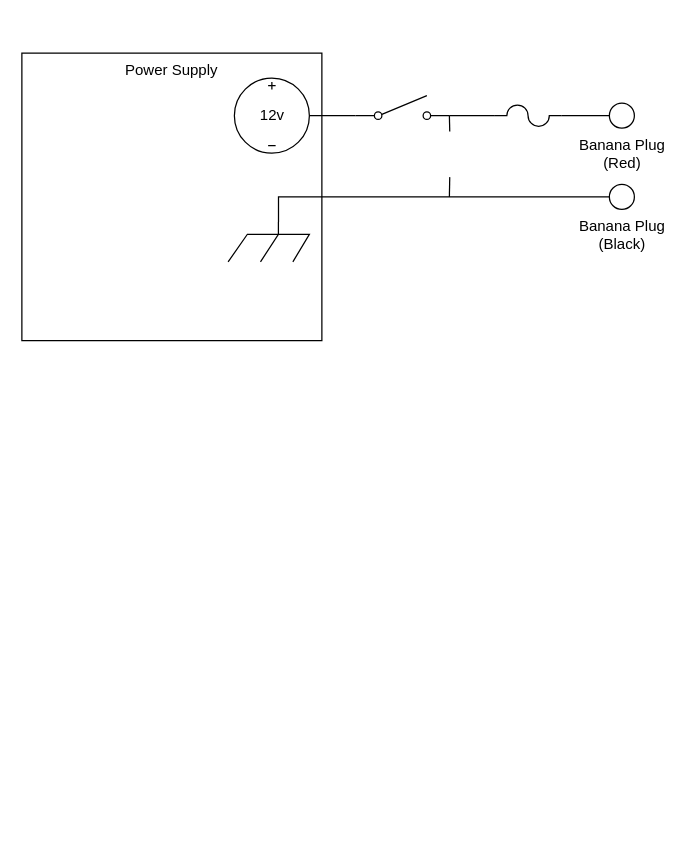
Before: Untitled Diagram.drawio in ChanEilFhios/circuits, a draw.io diagram. Source tidied: cells renumbered, new cells numbered last; positions are measured from the earlier drawing's top-left corner, leaving out a move shared by most shapes. Both pictures are drawn from the tidied source at 125%, with x=0, y=0 at pixel (21, 52).
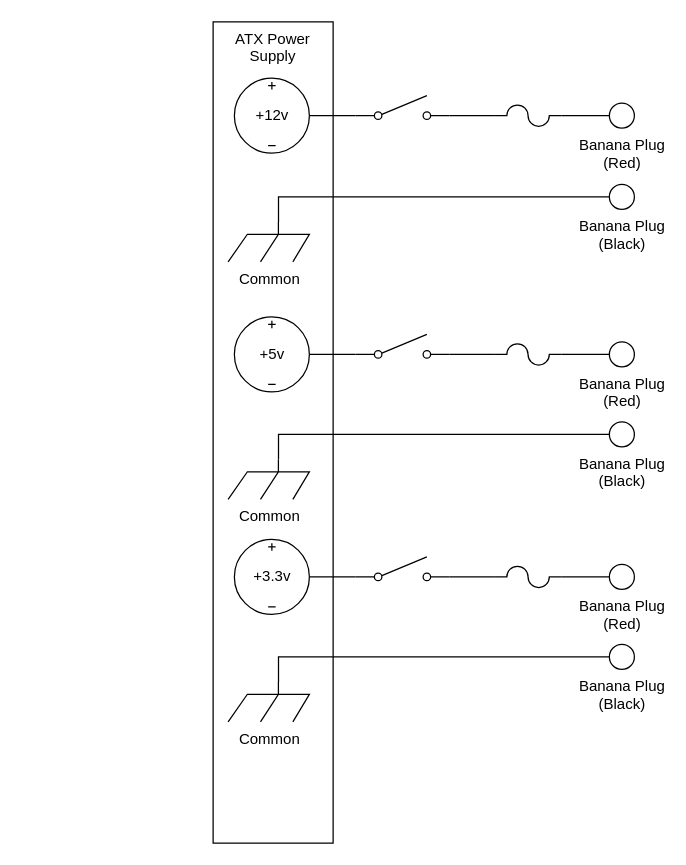
The same page after the edit.

The change refers to these unchanged cells:
```xml
<mxCell id="7" style="verticalLabelPosition=bottom;shadow=0;dashed=0;align=center;html=1;verticalAlign=top;shape=mxgraph.electrical.electro-mechanical.simple_switch;" parent="1" vertex="1">
  <mxGeometry x="267" y="34" width="75" height="19" as="geometry" />
</mxCell>
```

Diff of the diagram source:
```diff
@@
-    <mxCell id="2" value="Power Supply" style="rounded=0;whiteSpace=wrap;html=1;verticalAlign=top;" parent="1" vertex="1">
-      <mxGeometry width="240" height="230" as="geometry" />
+    <mxCell id="2" value="ATX Power Supply" style="rounded=0;whiteSpace=wrap;html=1;verticalAlign=top;" parent="1" vertex="1">
+      <mxGeometry x="153" y="-25" width="96" height="657" as="geometry" />
     </mxCell>
@@
-    <mxCell id="5" style="verticalLabelPosition=bottom;shadow=0;dashed=0;align=center;html=1;verticalAlign=top;shape=mxgraph.electrical.miscellaneous.chassis;" parent="1" vertex="1">
+    <mxCell id="5" value="Common" style="verticalLabelPosition=bottom;shadow=0;dashed=0;align=center;html=1;verticalAlign=top;shape=mxgraph.electrical.miscellaneous.chassis;" parent="1" vertex="1">
       <mxGeometry x="165" y="135" width="65" height="32" as="geometry" />
     </mxCell>
@@
-    <mxCell id="10" value="12v" style="verticalLabelPosition=middle;shadow=0;dashed=0;align=center;html=1;verticalAlign=middle;shape=mxgraph.electrical.signal_sources.source;points=[[0.5,0,0],[1,0.5,0],[0.5,1,0],[0,0.5,0]];elSignalType=dc3;labelPosition=center;" parent="1" vertex="1">
+    <mxCell id="10" value="+12v" style="verticalLabelPosition=middle;shadow=0;dashed=0;align=center;html=1;verticalAlign=middle;shape=mxgraph.electrical.signal_sources.source;points=[[0.5,0,0],[1,0.5,0],[0.5,1,0],[0,0.5,0]];elSignalType=dc3;labelPosition=center;" parent="1" vertex="1">
       <mxGeometry x="170" y="20" width="60" height="60" as="geometry" />
     </mxCell>
@@
-    <mxCell id="13" style="edgeStyle=orthogonalEdgeStyle;rounded=0;jettySize=auto;html=1;exitX=1;exitY=0.5;exitDx=0;exitDy=0;exitPerimeter=0;entryX=1;entryY=0.84;entryDx=0;entryDy=0;entryPerimeter=0;endArrow=none;endFill=0;" parent="1" edge="1" target="7">
-      <mxGeometry relative="1" as="geometry">
-        <mxPoint x="342.3" y="62.7" as="sourcePoint" />
-      </mxGeometry>
-    </mxCell>
-    <mxCell id="14" style="edgeStyle=orthogonalEdgeStyle;rounded=0;orthogonalLoop=1;jettySize=auto;html=1;exitX=0;exitY=0.5;exitDx=0;exitDy=0;exitPerimeter=0;endArrow=none;endFill=0;" parent="1" edge="1">
-      <mxGeometry relative="1" as="geometry">
-        <mxPoint x="342.3" y="99.2" as="sourcePoint" />
-        <mxPoint x="342" y="115" as="targetPoint" />
-      </mxGeometry>
-    </mxCell>
+    <mxCell id="15" style="edgeStyle=orthogonalEdgeStyle;rounded=0;jettySize=auto;html=1;entryX=0;entryY=0.84;entryDx=0;entryDy=0;entryPerimeter=0;endArrow=none;endFill=0;" parent="1" edge="1" source="19" target="17">
+      <mxGeometry relative="1" as="geometry" />
+    </mxCell>
+    <mxCell id="16" style="edgeStyle=orthogonalEdgeStyle;rounded=0;jettySize=auto;html=1;exitX=1;exitY=0.84;exitDx=0;exitDy=0;exitPerimeter=0;entryX=0;entryY=0.5;entryDx=0;entryDy=0;entryPerimeter=0;endArrow=none;endFill=0;" parent="1" edge="1" source="17" target="21">
+      <mxGeometry relative="1" as="geometry" />
+    </mxCell>
+    <mxCell id="17" style="verticalLabelPosition=bottom;shadow=0;dashed=0;align=center;html=1;verticalAlign=top;shape=mxgraph.electrical.electro-mechanical.simple_switch;" parent="1" vertex="1">
+      <mxGeometry x="267" y="225" width="75" height="19" as="geometry" />
+    </mxCell>
+    <mxCell id="18" value="Banana Plug&lt;br&gt;(Red)" style="verticalLabelPosition=bottom;shadow=0;dashed=0;align=center;html=1;verticalAlign=top;strokeWidth=1;shape=ellipse;perimeter=ellipsePerimeter;" parent="1" vertex="1">
+      <mxGeometry x="470" y="231" width="20" height="20" as="geometry" />
+    </mxCell>
+    <mxCell id="19" value="+5v" style="verticalLabelPosition=middle;shadow=0;dashed=0;align=center;html=1;verticalAlign=middle;shape=mxgraph.electrical.signal_sources.source;points=[[0.5,0,0],[1,0.5,0],[0.5,1,0],[0,0.5,0]];elSignalType=dc3;labelPosition=center;" parent="1" vertex="1">
+      <mxGeometry x="170" y="211" width="60" height="60" as="geometry" />
+    </mxCell>
+    <mxCell id="20" style="edgeStyle=orthogonalEdgeStyle;rounded=0;jettySize=auto;html=1;exitX=1;exitY=0.5;exitDx=0;exitDy=0;exitPerimeter=0;entryX=0;entryY=0.5;entryDx=0;entryDy=0;endArrow=none;endFill=0;" parent="1" edge="1" source="21" target="18">
+      <mxGeometry relative="1" as="geometry" />
+    </mxCell>
+    <mxCell id="21" style="verticalLabelPosition=bottom;shadow=0;dashed=0;align=center;html=1;verticalAlign=top;shape=mxgraph.electrical.miscellaneous.fuse_4;" parent="1" vertex="1">
+      <mxGeometry x="378.4" y="232.5" width="53.1" height="17" as="geometry" />
+    </mxCell>
+    <mxCell id="22" style="edgeStyle=orthogonalEdgeStyle;rounded=0;jettySize=auto;html=1;entryX=0;entryY=0.5;entryDx=0;entryDy=0;endArrow=none;endFill=0;exitX=0.62;exitY=0;exitDx=0;exitDy=0;exitPerimeter=0;" parent="1" edge="1" source="23" target="24">
+      <mxGeometry relative="1" as="geometry" />
+    </mxCell>
+    <mxCell id="23" value="Common" style="verticalLabelPosition=bottom;shadow=0;dashed=0;align=center;html=1;verticalAlign=top;shape=mxgraph.electrical.miscellaneous.chassis;" parent="1" vertex="1">
+      <mxGeometry x="165" y="325" width="65" height="32" as="geometry" />
+    </mxCell>
+    <mxCell id="24" value="Banana Plug&lt;br&gt;(Black)" style="verticalLabelPosition=bottom;shadow=0;dashed=0;align=center;html=1;verticalAlign=top;strokeWidth=1;shape=ellipse;perimeter=ellipsePerimeter;" parent="1" vertex="1">
+      <mxGeometry x="470" y="295" width="20" height="20" as="geometry" />
+    </mxCell>
+    <mxCell id="25" style="edgeStyle=orthogonalEdgeStyle;rounded=0;jettySize=auto;html=1;entryX=0;entryY=0.84;entryDx=0;entryDy=0;entryPerimeter=0;endArrow=none;endFill=0;" parent="1" edge="1" source="29" target="27">
+      <mxGeometry relative="1" as="geometry" />
+    </mxCell>
+    <mxCell id="26" style="edgeStyle=orthogonalEdgeStyle;rounded=0;jettySize=auto;html=1;exitX=1;exitY=0.84;exitDx=0;exitDy=0;exitPerimeter=0;entryX=0;entryY=0.5;entryDx=0;entryDy=0;entryPerimeter=0;endArrow=none;endFill=0;" parent="1" edge="1" source="27" target="31">
+      <mxGeometry relative="1" as="geometry" />
+    </mxCell>
+    <mxCell id="27" style="verticalLabelPosition=bottom;shadow=0;dashed=0;align=center;html=1;verticalAlign=top;shape=mxgraph.electrical.electro-mechanical.simple_switch;" parent="1" vertex="1">
+      <mxGeometry x="267" y="403" width="75" height="19" as="geometry" />
+    </mxCell>
+    <mxCell id="28" value="Banana Plug&lt;br&gt;(Red)" style="verticalLabelPosition=bottom;shadow=0;dashed=0;align=center;html=1;verticalAlign=top;strokeWidth=1;shape=ellipse;perimeter=ellipsePerimeter;" parent="1" vertex="1">
+      <mxGeometry x="470" y="409" width="20" height="20" as="geometry" />
+    </mxCell>
+    <mxCell id="29" value="+3.3v" style="verticalLabelPosition=middle;shadow=0;dashed=0;align=center;html=1;verticalAlign=middle;shape=mxgraph.electrical.signal_sources.source;points=[[0.5,0,0],[1,0.5,0],[0.5,1,0],[0,0.5,0]];elSignalType=dc3;labelPosition=center;" parent="1" vertex="1">
+      <mxGeometry x="170" y="389" width="60" height="60" as="geometry" />
+    </mxCell>
+    <mxCell id="30" style="edgeStyle=orthogonalEdgeStyle;rounded=0;jettySize=auto;html=1;exitX=1;exitY=0.5;exitDx=0;exitDy=0;exitPerimeter=0;entryX=0;entryY=0.5;entryDx=0;entryDy=0;endArrow=none;endFill=0;" parent="1" edge="1" source="31" target="28">
+      <mxGeometry relative="1" as="geometry" />
+    </mxCell>
+    <mxCell id="31" style="verticalLabelPosition=bottom;shadow=0;dashed=0;align=center;html=1;verticalAlign=top;shape=mxgraph.electrical.miscellaneous.fuse_4;" parent="1" vertex="1">
+      <mxGeometry x="378.4" y="410.5" width="53.1" height="17" as="geometry" />
+    </mxCell>
+    <mxCell id="32" style="edgeStyle=orthogonalEdgeStyle;rounded=0;jettySize=auto;html=1;entryX=0;entryY=0.5;entryDx=0;entryDy=0;endArrow=none;endFill=0;exitX=0.62;exitY=0;exitDx=0;exitDy=0;exitPerimeter=0;" parent="1" edge="1" source="33" target="34">
+      <mxGeometry relative="1" as="geometry" />
+    </mxCell>
+    <mxCell id="33" value="Common" style="verticalLabelPosition=bottom;shadow=0;dashed=0;align=center;html=1;verticalAlign=top;shape=mxgraph.electrical.miscellaneous.chassis;" parent="1" vertex="1">
+      <mxGeometry x="165" y="503" width="65" height="32" as="geometry" />
+    </mxCell>
+    <mxCell id="34" value="Banana Plug&lt;br&gt;(Black)" style="verticalLabelPosition=bottom;shadow=0;dashed=0;align=center;html=1;verticalAlign=top;strokeWidth=1;shape=ellipse;perimeter=ellipsePerimeter;" parent="1" vertex="1">
+      <mxGeometry x="470" y="473" width="20" height="20" as="geometry" />
+    </mxCell>
```
